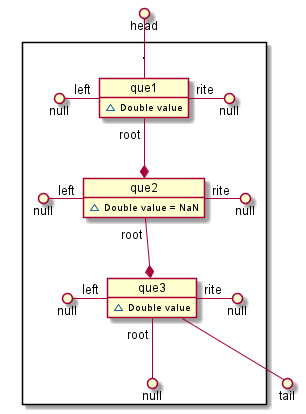
This is src/docs/UML/reorderScheme/static/_01_queue.png from vitalispopoff/calculator, a PlantUML export, as it was before one commit.
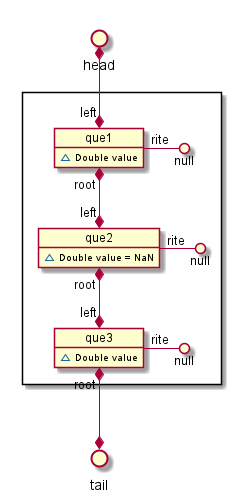
Above is the later version.

What changed in the source:
```diff
@@ -1,31 +1,29 @@
 @startuml
 
-package . <<Rectangle>>{
+() head
+() tail
+
+package " " <<Rectangle>>{
+
+        head *--* "left" que1
 
     object que1{
         ~ Double value
     }
-        null ()- "left" que1
         que1 "rite" -() null
+        que1 "root" *--* "left" que2
 
     object que2{
         ~ Double value = NaN
     }
-        null ()- "left" que2
         que2 "rite" -() null
+        que2 "root" *--*  "left" que3
 
     object que3{
         ~ Double value
     }
-        null ()- "left" que3
         que3 "rite" -() null
-        que3 "root" --() null
-
-    que1 "root" --*  que2
-    que2 "root" --*  que3
+        que3 "root" *--* tail
 }
 
-     head ()-- que1
-     que3 --() tail
-
 @enduml
```
